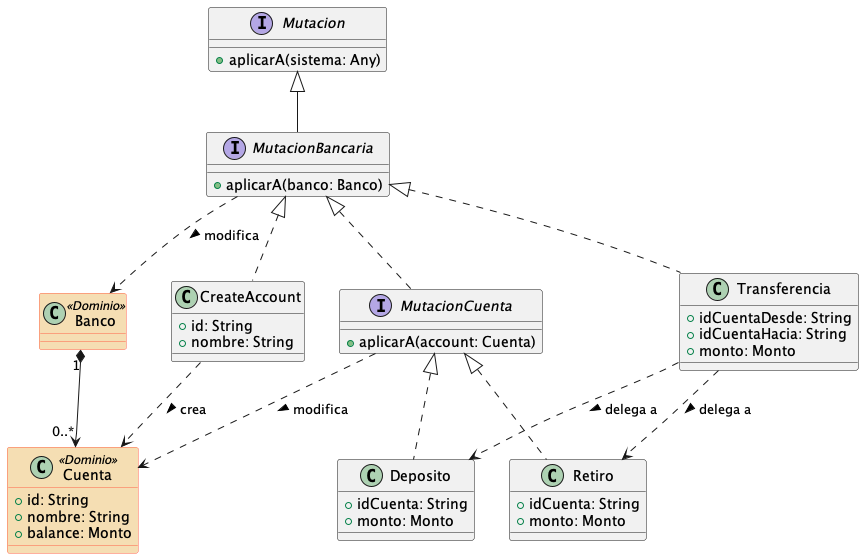
The PlantUML diagram kotlin-memimg/docs/img/banco.png in xrrocha/jvm-funcional, before a commit. Source of this version:
```plantuml
@startuml
skinparam class {
    BackgroundColor<<Dominio>> Wheat
    BorderColor<<Dominio>> Tomato
}

interface Mutacion {
    + aplicarA(sistema: Any)
}

together {
    class Banco <<Dominio>> {
    }
    class Cuenta <<Dominio>> {
        + id: String
        + nombre: String
        + balance: Monto
    }
    Banco "1" *--> "0..*" Cuenta
}

    interface MutacionBancaria {
        + aplicarA(banco: Banco)
    }
    Mutacion <|-- MutacionBancaria
    MutacionBancaria ..> Banco: modifica >

class CreateAccount {
    + id: String
    + nombre: String
}
MutacionBancaria <|.. CreateAccount
CreateAccount ..> Cuenta: crea >

together {
    interface MutacionCuenta {
        + aplicarA(account: Cuenta)
    }
    MutacionBancaria <|.. MutacionCuenta
    MutacionCuenta ..> Cuenta: modifica >
    class Deposito implements MutacionCuenta {
        + idCuenta: String
        + monto: Monto
    }

    class Retiro implements MutacionCuenta {
        + idCuenta: String
        + monto: Monto
    }
}

class Transferencia implements MutacionBancaria {
    + idCuentaDesde: String
    + idCuentaHacia: String
    + monto: Monto
}
Transferencia ..> Deposito: delega a >
Transferencia ..> Retiro: delega a >

@enduml
```
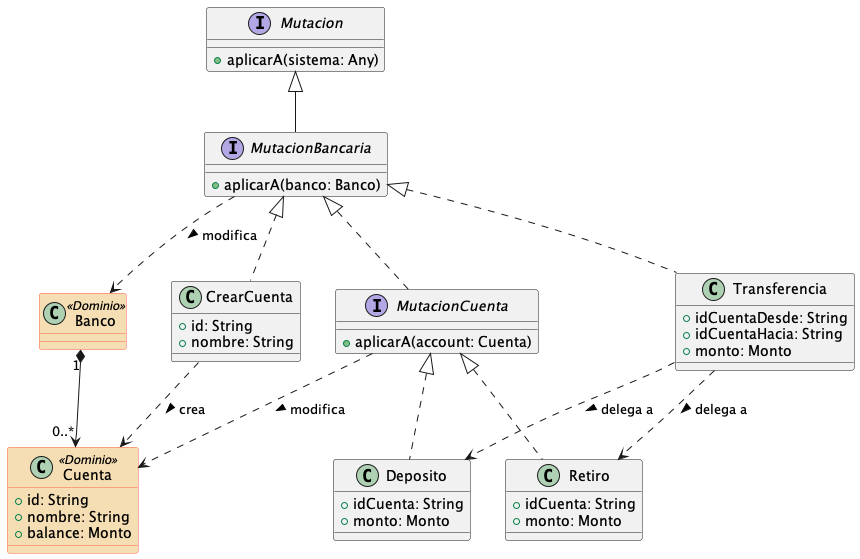
The same file after the commit.

Commit message:
Arreglo de nombre de clase

What changed in the source:
```diff
@@ -25,12 +25,12 @@
     Mutacion <|-- MutacionBancaria
     MutacionBancaria ..> Banco: modifica >
 
-class CreateAccount {
+class CrearCuenta {
     + id: String
     + nombre: String
 }
-MutacionBancaria <|.. CreateAccount
-CreateAccount ..> Cuenta: crea >
+MutacionBancaria <|.. CrearCuenta
+CrearCuenta ..> Cuenta: crea >
 
 together {
     interface MutacionCuenta {
```
